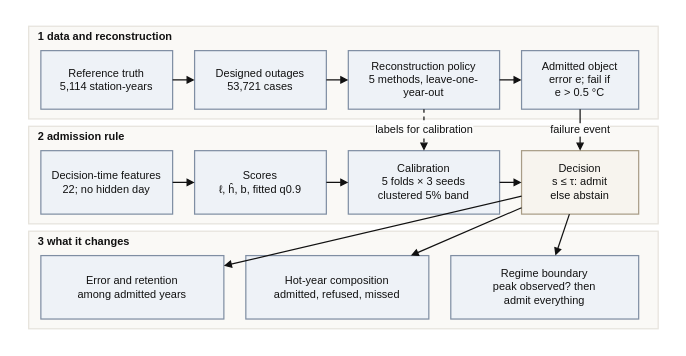
shutiao23/stream-recoverability keeps this draw.io diagram as figures/wrr/drawio/f2_system_design.drawio. Above is the earlier version. Source tidied: cells renumbered, new cells numbered last; positions are measured from the earlier drawing's top-left corner, leaving out a move shared by most shapes. Both pictures are drawn from the tidied source at 122%, with x=0, y=0 at pixel (21, 21).
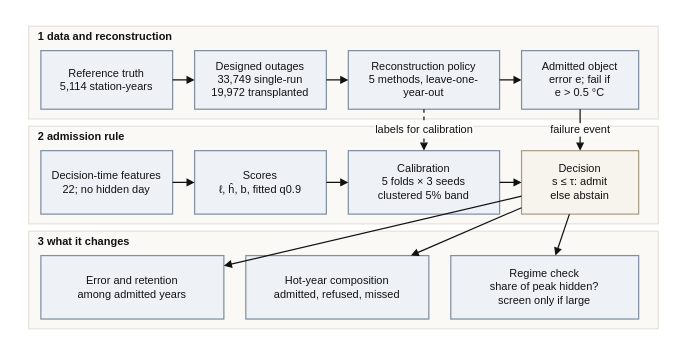
Above is the later version.

The edit, as a diff of the source:
```diff
@@
-    <mxCell id="10" value="Designed outages&#10;53,721 cases" style="rounded=0;whiteSpace=wrap;html=1;fillColor=#eef2f7;strokeColor=#7f8ea3;strokeWidth=1;fontFamily=Helvetica;fontSize=9;fontStyle=0;fontColor=#111111;verticalAlign=middle;align=center;spacing=4;" parent="1" vertex="1">
+    <mxCell id="10" value="Designed outages&#10;33,749 single-run&#10;19,972 transplanted" style="rounded=0;whiteSpace=wrap;html=1;fillColor=#eef2f7;strokeColor=#7f8ea3;strokeWidth=1;fontFamily=Helvetica;fontSize=9;fontStyle=0;fontColor=#111111;verticalAlign=middle;align=center;spacing=4;" parent="1" vertex="1">
       <mxGeometry x="142" y="24" width="108" height="48" as="geometry" />
     </mxCell>
@@
-    <mxCell id="19" value="Regime boundary&#10;peak observed? then&#10;admit everything" style="rounded=0;whiteSpace=wrap;html=1;fillColor=#eef2f7;strokeColor=#7f8ea3;strokeWidth=1;fontFamily=Helvetica;fontSize=9;fontStyle=0;fontColor=#111111;verticalAlign=middle;align=center;spacing=4;" parent="1" vertex="1">
+    <mxCell id="19" value="Regime check&#10;share of peak hidden?&#10;screen only if large" style="rounded=0;whiteSpace=wrap;html=1;fillColor=#eef2f7;strokeColor=#7f8ea3;strokeWidth=1;fontFamily=Helvetica;fontSize=9;fontStyle=0;fontColor=#111111;verticalAlign=middle;align=center;spacing=4;" parent="1" vertex="1">
       <mxGeometry x="352" y="192" width="154" height="52" as="geometry" />
     </mxCell>
```
